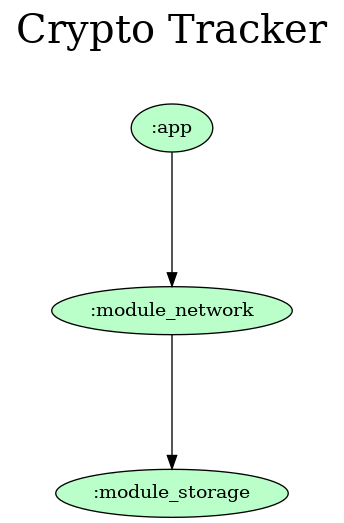
Before: gradle/dependency-graph/project.dot.png, a diagram exported from Graphviz (asimanaghayev/Crypto-Tracker). Its source is kept beside it as gradle/dependency-graph/project.dot.
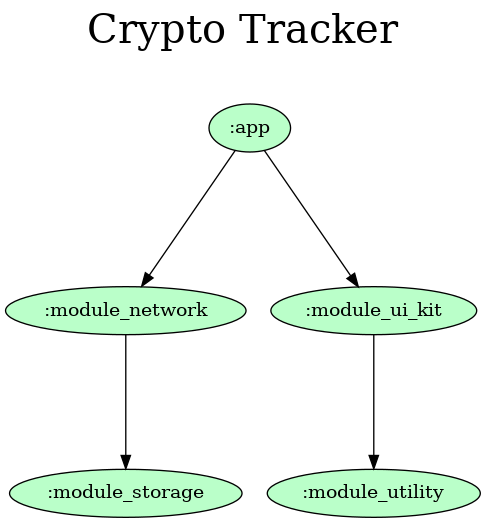
The same diagram one commit later.

Commit message:
Automated Graph Change

The edit, as a diff of the source:
```diff
@@ -8,11 +8,15 @@
   ":app" [fillcolor="#baffc9"];
   ":module_network" [fillcolor="#baffc9"];
   ":module_storage" [fillcolor="#baffc9"];
+  ":module_ui_kit" [fillcolor="#baffc9"];
+  ":module_utility" [fillcolor="#baffc9"];
 
   {rank = same;}
 
   # Dependencies
 
   ":app" -> ":module_network"
+  ":app" -> ":module_ui_kit"
   ":module_network" -> ":module_storage"
+  ":module_ui_kit" -> ":module_utility"
 }
```
